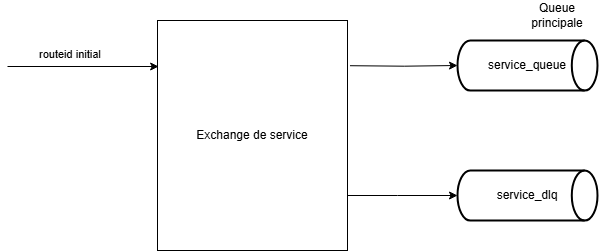
sarraz1/csau keeps this draw.io diagram as drawio/pattern_rabbit_basic.png. Above is the earlier version. Source tidied: cells renumbered, new cells last; positions are measured from the earlier drawing's top-left corner, leaving out a move shared by most shapes.
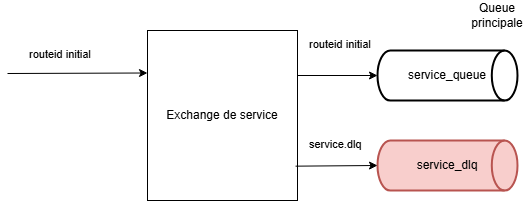
The same file after the commit.

Commit message:
Mettre à jour pattern_rabbit_basic.png

Diff of the diagram source:
```diff
@@ -3,37 +3,40 @@
     <mxCell id="0" />
     <mxCell id="1" parent="0" />
     <mxCell id="2" value="service_que&lt;span style=&quot;background-color: transparent; color: light-dark(rgb(0, 0, 0), rgb(255, 255, 255));&quot;&gt;ue&lt;/span&gt;" style="strokeWidth=2;html=1;shape=mxgraph.flowchart.direct_data;whiteSpace=wrap;" parent="1" vertex="1">
-      <mxGeometry x="450" y="40" width="140" height="50" as="geometry" />
+      <mxGeometry x="380" y="40" width="140" height="50" as="geometry" />
     </mxCell>
     <mxCell id="3" value="Queue principale" style="text;html=1;align=center;verticalAlign=middle;whiteSpace=wrap;rounded=0;" parent="1" vertex="1">
-      <mxGeometry x="520" width="60" height="30" as="geometry" />
+      <mxGeometry x="470" y="-10" width="60" height="30" as="geometry" />
     </mxCell>
-    <mxCell id="4" value="service_dlq" style="strokeWidth=2;html=1;shape=mxgraph.flowchart.direct_data;whiteSpace=wrap;" parent="1" vertex="1">
-      <mxGeometry x="450" y="170" width="140" height="50" as="geometry" />
+    <mxCell id="4" value="service_dlq" style="strokeWidth=2;html=1;shape=mxgraph.flowchart.direct_data;whiteSpace=wrap;fillColor=#f8cecc;strokeColor=#b85450;" parent="1" vertex="1">
+      <mxGeometry x="380" y="130" width="140" height="50" as="geometry" />
     </mxCell>
-    <mxCell id="5" style="edgeStyle=orthogonalEdgeStyle;rounded=0;jettySize=auto;html=1;exitX=1.013;exitY=0.327;exitDx=0;exitDy=0;exitPerimeter=0;" parent="1" edge="1" target="2">
-      <mxGeometry relative="1" as="geometry">
-        <mxPoint x="342.5" y="65.2" as="sourcePoint" />
-      </mxGeometry>
-    </mxCell>
     <mxCell id="6" value="Exchange de service" style="rounded=0;whiteSpace=wrap;html=1;" parent="1" vertex="1">
-      <mxGeometry x="150" y="20" width="190" height="230" as="geometry" />
+      <mxGeometry x="150" y="20" width="150" height="170" as="geometry" />
     </mxCell>
     <mxCell id="7" value="&lt;span style=&quot;color: rgb(0, 0, 0); font-family: Helvetica; font-size: 11px; font-style: normal; font-variant-ligatures: normal; font-variant-caps: normal; font-weight: 400; letter-spacing: normal; orphans: 2; text-align: center; text-indent: 0px; text-transform: none; widows: 2; word-spacing: 0px; -webkit-text-stroke-width: 0px; white-space: nowrap; background-color: rgb(255, 255, 255); text-decoration-thickness: initial; text-decoration-style: initial; text-decoration-color: initial; display: inline !important; float: none;&quot;&gt;routeid initial&lt;/span&gt;" style="text;whiteSpace=wrap;html=1;" parent="1" vertex="1">
-      <mxGeometry x="30" y="40" width="100" height="40" as="geometry" />
+      <mxGeometry x="30" y="30" width="100" height="40" as="geometry" />
     </mxCell>
-    <mxCell id="8" style="endArrow=classic;html=1;rounded=0;entryX=0.006;entryY=0.2;entryDx=0;entryDy=0;entryPerimeter=0;" parent="1" edge="1" target="6">
+    <mxCell id="8" style="endArrow=classic;html=1;rounded=0;entryX=0;entryY=0.25;entryDx=0;entryDy=0;" parent="1" edge="1" target="6">
       <mxGeometry relative="1" as="geometry">
-        <mxPoint y="66" as="sourcePoint" />
+        <mxPoint x="10" y="63" as="sourcePoint" />
       </mxGeometry>
     </mxCell>
+    <mxCell id="10" value="&lt;span style=&quot;color: rgb(0, 0, 0); font-family: Helvetica; font-size: 11px; font-style: normal; font-variant-ligatures: normal; font-variant-caps: normal; font-weight: 400; letter-spacing: normal; orphans: 2; text-align: center; text-indent: 0px; text-transform: none; widows: 2; word-spacing: 0px; -webkit-text-stroke-width: 0px; white-space: nowrap; background-color: rgb(255, 255, 255); text-decoration-thickness: initial; text-decoration-style: initial; text-decoration-color: initial; display: inline !important; float: none;&quot;&gt;routeid initial&lt;/span&gt;" style="text;whiteSpace=wrap;html=1;" parent="1" vertex="1">
+      <mxGeometry x="310" y="20" width="100" height="40" as="geometry" />
+    </mxCell>
+    <mxCell id="11" value="&lt;span style=&quot;color: rgb(0, 0, 0); font-family: Helvetica; font-size: 11px; font-style: normal; font-variant-ligatures: normal; font-variant-caps: normal; font-weight: 400; letter-spacing: normal; orphans: 2; text-align: center; text-indent: 0px; text-transform: none; widows: 2; word-spacing: 0px; -webkit-text-stroke-width: 0px; white-space: nowrap; background-color: rgb(255, 255, 255); text-decoration-thickness: initial; text-decoration-style: initial; text-decoration-color: initial; float: none; display: inline !important;&quot;&gt;service.dlq&lt;/span&gt;" style="text;whiteSpace=wrap;html=1;" parent="1" vertex="1">
+      <mxGeometry x="310" y="120" width="70" height="30" as="geometry" />
+    </mxCell>
-    <mxCell id="9" style="edgeStyle=orthogonalEdgeStyle;rounded=0;jettySize=auto;html=1;entryX=0;entryY=0.5;entryDx=0;entryDy=0;entryPerimeter=0;" parent="1" edge="1" source="6" target="4">
-      <mxGeometry relative="1" as="geometry">
-        <Array as="points">
-          <mxPoint x="390" y="195" />
-          <mxPoint x="390" y="195" />
-        </Array>
-      </mxGeometry>
+    <mxCell id="9" style="endArrow=classic;html=1;rounded=0;exitX=0.987;exitY=0.798;exitDx=0;exitDy=0;exitPerimeter=0;entryX=0;entryY=0.5;entryDx=0;entryDy=0;entryPerimeter=0;" parent="1" edge="1" source="6" target="4">
+      <mxGeometry relative="1" as="geometry" />
     </mxCell>
+    <mxCell id="12" style="edgeStyle=orthogonalEdgeStyle;rounded=0;jettySize=auto;html=1;entryX=0;entryY=0.5;entryDx=0;entryDy=0;entryPerimeter=0;exitX=1;exitY=0.25;exitDx=0;exitDy=0;" parent="1" edge="1" source="6" target="2">
+      <mxGeometry relative="1" as="geometry">
+        <Array as="points">
+          <mxPoint x="300" y="65" />
+        </Array>
+      </mxGeometry>
+    </mxCell>
   </root>
 </mxGraphModel>
```
